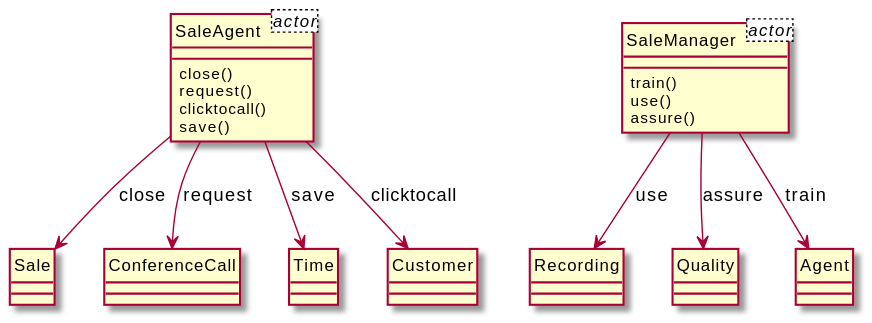
xixixhalu/DomainModelExtractor keeps this PlantUML diagram as output/diagram_5/2014-USC-Project05.svg. Above is the earlier version.
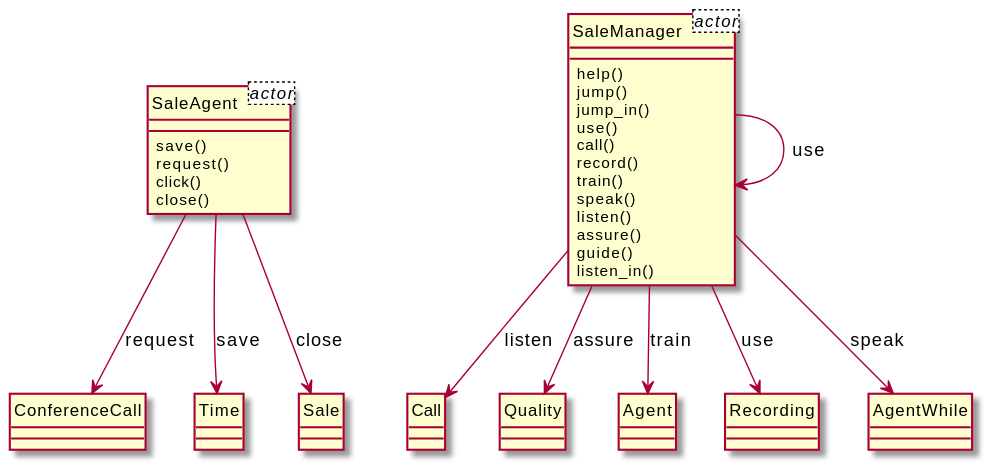
After the change.

Diff of the diagram source:
```diff
@@ -4,36 +4,49 @@
 }
 class SaleManager<actor> {
 }
+class SaleManager {
+	help()
+	jump()
+	jump_in()
+	use()
+	call()
+	record()
+	train()
+	speak()
+	listen()
+	assure()
+	guide()
+	listen_in()
+}
+class Call {
+}
 class SaleAgent {
+	save()
+	request()
+	click()
 	close()
-	request()
-	clicktocall()
-	save()
-}
-class Sale {
-}
-class SaleManager {
-	train()
-	use()
-	assure()
-}
-class Recording {
 }
 class ConferenceCall {
-}
-class Time {
 }
 class Quality {
 }
 class Agent {
 }
-class Customer {
+class Recording {
 }
-SaleManager --> Agent : train
-SaleAgent --> Time : save
-SaleAgent --> Customer : clicktocall
+class Time {
+}
+class AgentWhile {
+}
+class Sale {
+}
+SaleAgent --> ConferenceCall : request
+SaleManager --> AgentWhile : speak
+SaleManager --> SaleManager : use
 SaleManager --> Recording : use
 SaleManager --> Quality : assure
-SaleAgent --> ConferenceCall : request
+SaleManager --> Call : listen
 SaleAgent --> Sale : close
+SaleAgent --> Time : save
+SaleManager --> Agent : train
 @enduml
```
